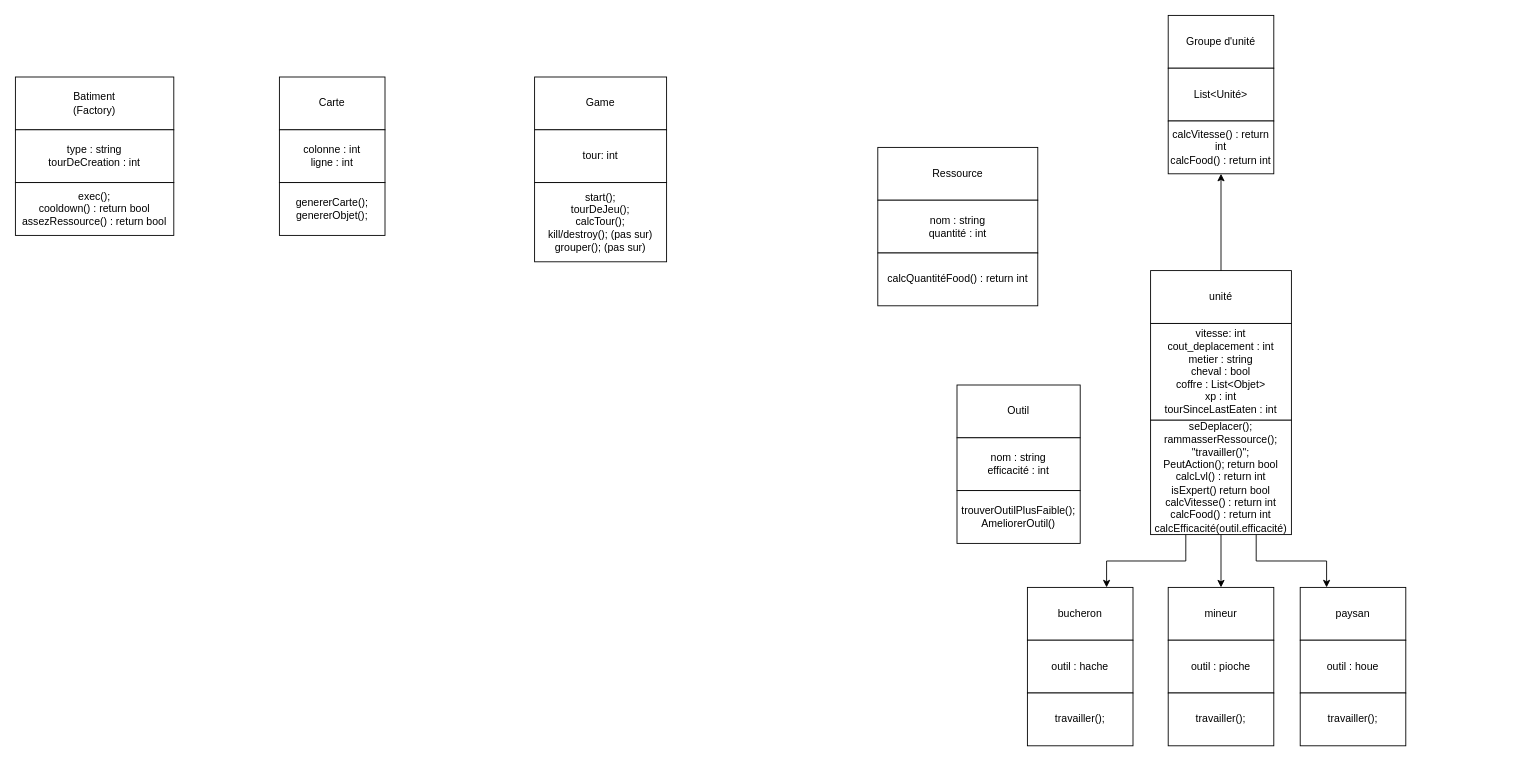
Above: Diagramme sans nom.drawio in Rafien/Projet_Design_Pattern (draw.io), before the change. Source tidied: cells renumbered, new cells numbered last; positions are measured from the earlier drawing's top-left corner, leaving out a move shared by most shapes. Both pictures are drawn from the tidied source at 88%, with x=0, y=0 at pixel (15, 15).
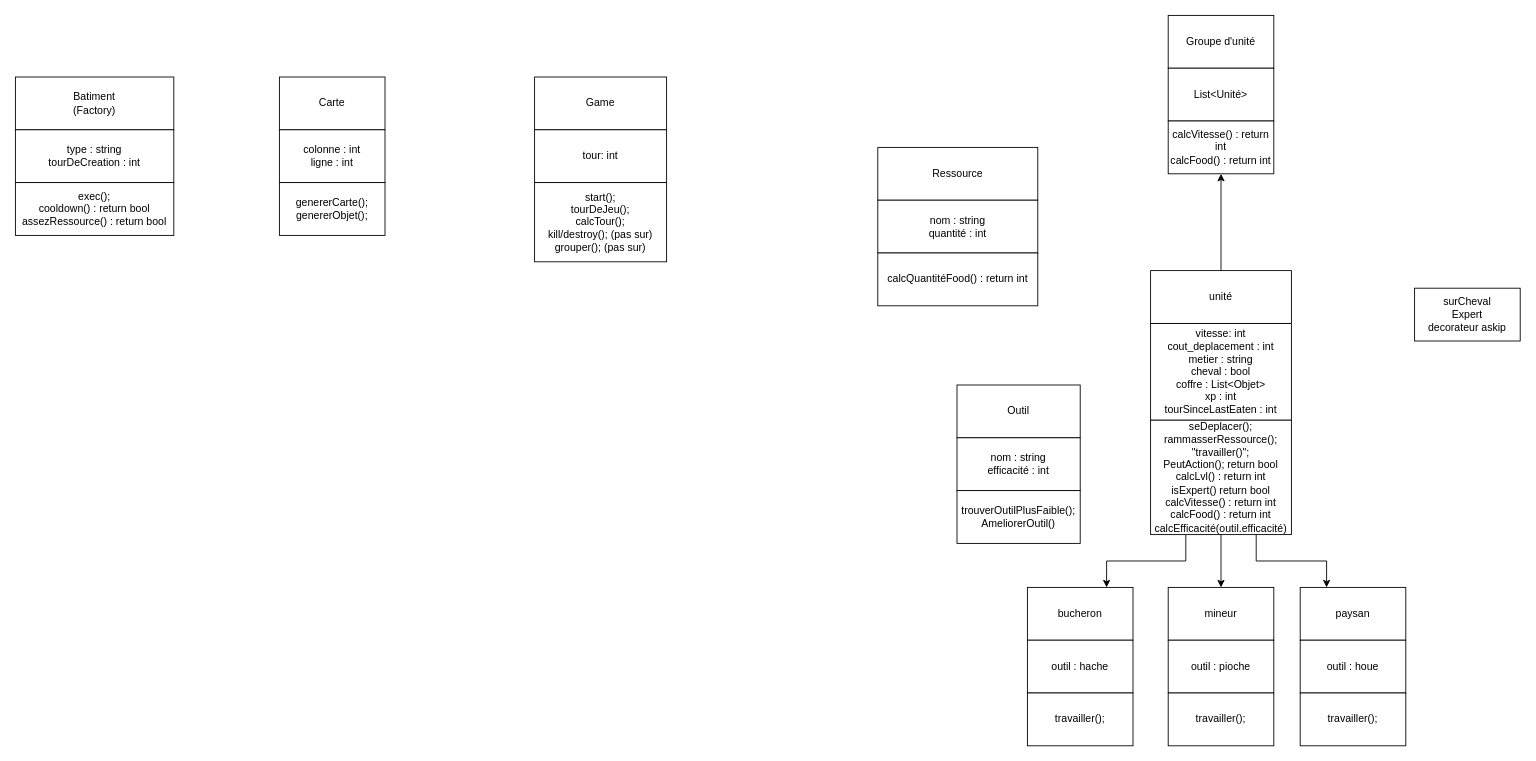
The same page after the edit.

Change to the diagram source:
```diff
@@
+    <mxCell id="54" value="surCheval&lt;br&gt;Expert&lt;br&gt;decorateur askip" style="rounded=0;whiteSpace=wrap;html=1;" parent="1" vertex="1">
+      <mxGeometry x="1590" y="310" width="120" height="60" as="geometry" />
+    </mxCell>
```
